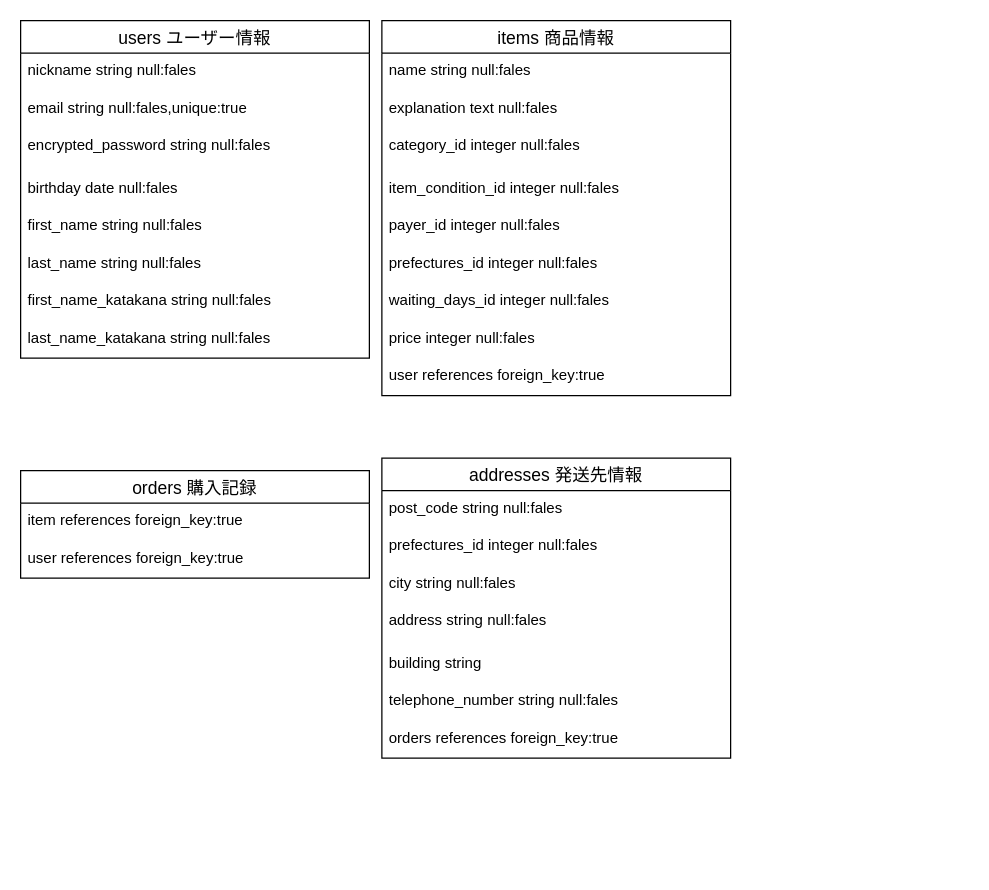
Before: furima.dio in nikoniko00/furima-37873, a draw.io diagram. Source tidied: cells renumbered, new cells numbered last; positions are measured from the earlier drawing's top-left corner, leaving out a move shared by most shapes. Both pictures are drawn from the tidied source at 125%, with x=0, y=0 at pixel (20, 20).
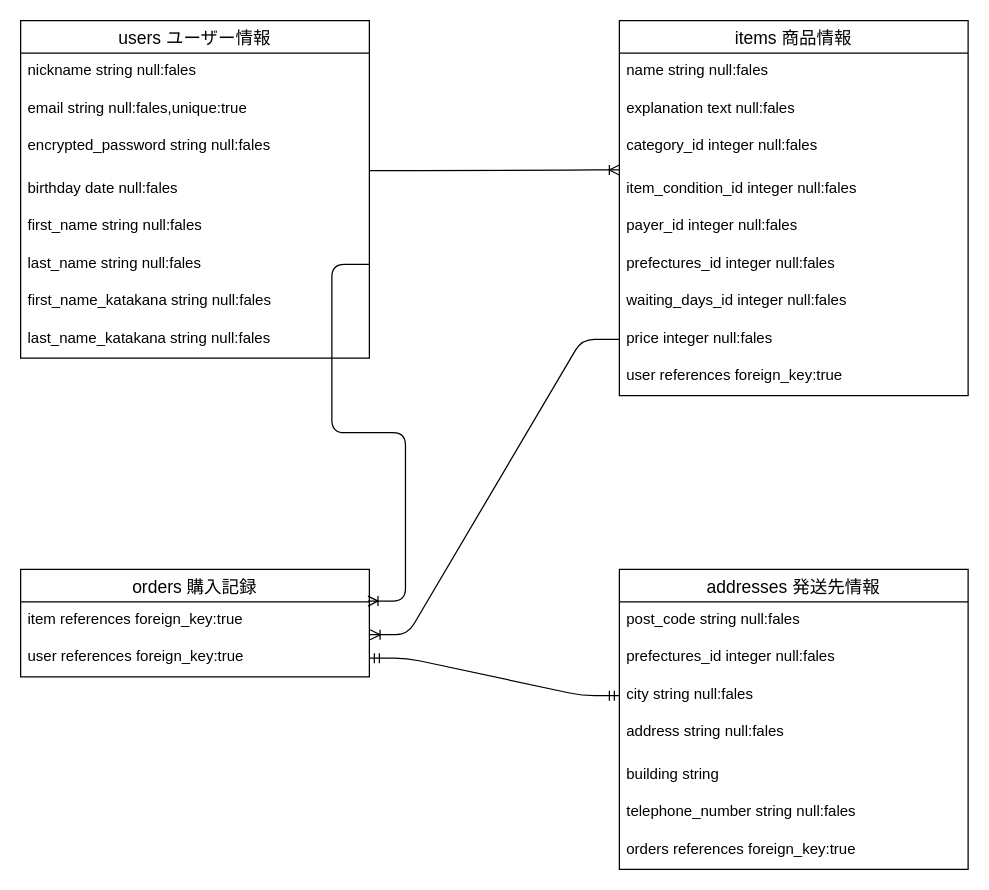
The same diagram, later.

Unchanged cells that the change refers to:
```xml
<mxCell id="8" value="last_name string null:fales" style="text;strokeColor=none;fillColor=none;spacingLeft=4;spacingRight=4;overflow=hidden;points=[[0,0.5],[1,0.5]];portConstraint=eastwest;fontSize=12;" parent="2" vertex="1">
  <mxGeometry y="180" width="279" height="30" as="geometry" />
</mxCell>
<mxCell id="15" value="item_condition_id integer null:fales" style="text;strokeColor=none;fillColor=none;spacingLeft=4;spacingRight=4;overflow=hidden;points=[[0,0.5],[1,0.5]];portConstraint=eastwest;fontSize=12;" parent="11" vertex="1">
  <mxGeometry y="120" width="279" height="30" as="geometry" />
</mxCell>
<mxCell id="19" value="price integer null:fales" style="text;strokeColor=none;fillColor=none;spacingLeft=4;spacingRight=4;overflow=hidden;points=[[0,0.5],[1,0.5]];portConstraint=eastwest;fontSize=12;" parent="11" vertex="1">
  <mxGeometry y="240" width="279" height="30" as="geometry" />
</mxCell>
<mxCell id="24" value="city string null:fales" style="text;strokeColor=none;fillColor=none;spacingLeft=4;spacingRight=4;overflow=hidden;points=[[0,0.5],[1,0.5]];portConstraint=eastwest;fontSize=12;" parent="21" vertex="1">
  <mxGeometry y="86" width="279" height="30" as="geometry" />
</mxCell>
<mxCell id="30" value="item references foreign_key:true" style="text;strokeColor=none;fillColor=none;spacingLeft=4;spacingRight=4;overflow=hidden;points=[[0,0.5],[1,0.5]];portConstraint=eastwest;fontSize=12;" parent="29" vertex="1">
  <mxGeometry y="26" width="279" height="30" as="geometry" />
</mxCell>
<mxCell id="31" value="user references foreign_key:true" style="text;strokeColor=none;fillColor=none;spacingLeft=4;spacingRight=4;overflow=hidden;points=[[0,0.5],[1,0.5]];portConstraint=eastwest;fontSize=12;" parent="29" vertex="1">
  <mxGeometry y="56" width="279" height="30" as="geometry" />
</mxCell>
```

The edit, as a diff of the source:
```diff
@@
     <mxCell id="11" value="items 商品情報" style="swimlane;fontStyle=0;horizontal=1;startSize=26;align=center;fontSize=14;" parent="1" vertex="1">
-      <mxGeometry x="289" width="279" height="300" as="geometry" />
+      <mxGeometry x="479" width="279" height="300" as="geometry" />
     </mxCell>
@@
     <mxCell id="21" value="addresses 発送先情報" style="swimlane;fontStyle=0;horizontal=1;startSize=26;align=center;fontSize=14;" parent="1" vertex="1">
-      <mxGeometry x="289" y="350" width="279" height="240" as="geometry" />
+      <mxGeometry x="479" y="439" width="279" height="240" as="geometry" />
     </mxCell>
@@
     <mxCell id="29" value="orders 購入記録" style="swimlane;fontStyle=0;horizontal=1;startSize=26;align=center;fontSize=14;" parent="1" vertex="1">
-      <mxGeometry y="360" width="279" height="86" as="geometry" />
+      <mxGeometry y="439" width="279" height="86" as="geometry" />
     </mxCell>
@@
+    <mxCell id="32" style="edgeStyle=entityRelationEdgeStyle;fontSize=12;html=1;endArrow=ERoneToMany;entryX=0;entryY=-0.017;entryDx=0;entryDy=0;entryPerimeter=0;" parent="1" edge="1" target="15">
+      <mxGeometry relative="1" as="geometry">
+        <mxPoint x="279" y="120" as="sourcePoint" />
+      </mxGeometry>
+    </mxCell>
+    <mxCell id="33" style="edgeStyle=entityRelationEdgeStyle;fontSize=12;html=1;endArrow=ERoneToMany;entryX=0.996;entryY=-0.021;entryDx=0;entryDy=0;exitX=1;exitY=0.5;exitDx=0;exitDy=0;entryPerimeter=0;" parent="1" edge="1" source="8" target="30">
+      <mxGeometry relative="1" as="geometry" />
+    </mxCell>
+    <mxCell id="34" style="edgeStyle=entityRelationEdgeStyle;fontSize=12;html=1;endArrow=ERoneToMany;exitX=0;exitY=0.5;exitDx=0;exitDy=0;entryX=1.002;entryY=0.876;entryDx=0;entryDy=0;entryPerimeter=0;" parent="1" edge="1" source="19" target="30">
+      <mxGeometry relative="1" as="geometry" />
+    </mxCell>
+    <mxCell id="35" style="edgeStyle=entityRelationEdgeStyle;fontSize=12;html=1;endArrow=ERmandOne;startArrow=ERmandOne;exitX=1;exitY=0.5;exitDx=0;exitDy=0;" parent="1" edge="1" source="31" target="24">
+      <mxGeometry relative="1" as="geometry" />
+    </mxCell>
```
